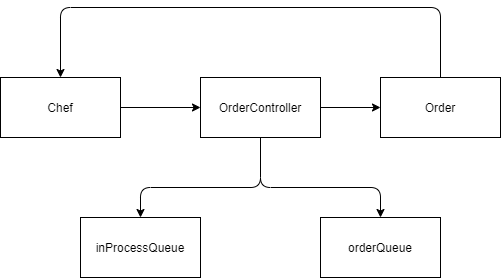
Above: images/ChefChart.png in nsnyder1992/OrderProcessingSystem (draw.io), before the change. Source tidied: cells renumbered, new cells last; positions are measured from the earlier drawing's top-left corner, leaving out a move shared by most shapes.
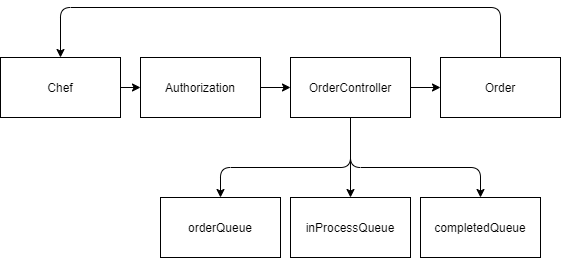
After the commit.

Change to the diagram source:
```diff
@@ -3,7 +3,7 @@
     <mxCell id="0" />
     <mxCell id="1" parent="0" />
     <mxCell id="2" value="Chef" style="rounded=0;whiteSpace=wrap;html=1;" parent="1" vertex="1">
-      <mxGeometry y="70" width="120" height="60" as="geometry" />
+      <mxGeometry x="-90" y="70" width="120" height="60" as="geometry" />
     </mxCell>
     <mxCell id="3" style="edgeStyle=orthogonalEdgeStyle;rounded=0;jettySize=auto;html=1;" parent="1" edge="1" source="4" target="6">
       <mxGeometry relative="1" as="geometry" />
@@ -11,41 +11,54 @@
     <mxCell id="4" value="OrderController" style="rounded=0;whiteSpace=wrap;html=1;" parent="1" vertex="1">
       <mxGeometry x="200" y="70" width="120" height="60" as="geometry" />
     </mxCell>
-    <mxCell id="5" style="endArrow=classic;html=1;exitX=1;exitY=0.5;exitDx=0;exitDy=0;entryX=0;entryY=0.5;entryDx=0;entryDy=0;" parent="1" edge="1" source="2" target="4">
+    <mxCell id="5" style="endArrow=classic;html=1;exitX=1;exitY=0.5;exitDx=0;exitDy=0;entryX=0;entryY=0.5;entryDx=0;entryDy=0;" parent="1" edge="1" source="12" target="4">
       <mxGeometry relative="1" as="geometry" />
     </mxCell>
     <mxCell id="6" value="Order" style="rounded=0;whiteSpace=wrap;html=1;" parent="1" vertex="1">
-      <mxGeometry x="380" y="70" width="120" height="60" as="geometry" />
+      <mxGeometry x="350" y="70" width="120" height="60" as="geometry" />
     </mxCell>
-    <mxCell id="7" value="&lt;span&gt;orderQueue&lt;/span&gt;" style="rounded=0;whiteSpace=wrap;html=1;" parent="1" vertex="1">
-      <mxGeometry x="320" y="210" width="120" height="60" as="geometry" />
+    <mxCell id="7" value="completedQueue" style="rounded=0;whiteSpace=wrap;html=1;" parent="1" vertex="1">
+      <mxGeometry x="330" y="210" width="120" height="60" as="geometry" />
     </mxCell>
     <mxCell id="8" style="endArrow=classic;html=1;exitX=0.5;exitY=1;exitDx=0;exitDy=0;entryX=0.5;entryY=0;entryDx=0;entryDy=0;" parent="1" edge="1" source="4" target="7">
       <mxGeometry relative="1" as="geometry">
         <Array as="points">
           <mxPoint x="260" y="180" />
-          <mxPoint x="380" y="180" />
+          <mxPoint x="390" y="180" />
         </Array>
       </mxGeometry>
     </mxCell>
-    <mxCell id="9" style="endArrow=classic;html=1;exitX=0.5;exitY=0;exitDx=0;exitDy=0;entryX=0.5;entryY=0;entryDx=0;entryDy=0;" parent="1" edge="1" source="6" target="2">
+    <mxCell id="9" style="endArrow=classic;html=1;exitX=0.5;exitY=0;exitDx=0;exitDy=0;" parent="1" edge="1" source="6">
       <mxGeometry relative="1" as="geometry">
+        <mxPoint x="-30" y="70" as="targetPoint" />
         <Array as="points">
-          <mxPoint x="440" />
-          <mxPoint x="60" />
+          <mxPoint x="410" y="20" />
+          <mxPoint x="-30" y="20" />
         </Array>
       </mxGeometry>
     </mxCell>
-    <mxCell id="10" value="&lt;span&gt;inProcessQueue&lt;/span&gt;" style="rounded=0;whiteSpace=wrap;html=1;" parent="1" vertex="1">
-      <mxGeometry x="80" y="210" width="120" height="60" as="geometry" />
+    <mxCell id="10" value="inProcessQueue" style="rounded=0;whiteSpace=wrap;html=1;" parent="1" vertex="1">
+      <mxGeometry x="200" y="210" width="120" height="60" as="geometry" />
     </mxCell>
+    <mxCell id="12" value="Authorization" style="rounded=0;whiteSpace=wrap;html=1;" parent="1" vertex="1">
+      <mxGeometry x="50" y="70" width="120" height="60" as="geometry" />
+    </mxCell>
+    <mxCell id="13" style="endArrow=classic;html=1;exitX=1;exitY=0.5;exitDx=0;exitDy=0;entryX=0;entryY=0.5;entryDx=0;entryDy=0;" parent="1" edge="1" source="2" target="12">
+      <mxGeometry relative="1" as="geometry" />
+    </mxCell>
     <mxCell id="11" style="endArrow=classic;html=1;exitX=0.5;exitY=1;exitDx=0;exitDy=0;entryX=0.5;entryY=0;entryDx=0;entryDy=0;" parent="1" edge="1" source="4" target="10">
-      <mxGeometry relative="1" as="geometry">
-        <Array as="points">
-          <mxPoint x="260" y="180" />
-          <mxPoint x="140" y="180" />
-        </Array>
-      </mxGeometry>
+      <mxGeometry relative="1" as="geometry" />
     </mxCell>
+    <mxCell id="14" value="orderQueue" style="rounded=0;whiteSpace=wrap;html=1;" parent="1" vertex="1">
+      <mxGeometry x="70" y="210" width="120" height="60" as="geometry" />
+    </mxCell>
+    <mxCell id="15" style="endArrow=classic;html=1;exitX=0.5;exitY=1;exitDx=0;exitDy=0;entryX=0.5;entryY=0;entryDx=0;entryDy=0;" parent="1" edge="1" source="4" target="14">
+      <mxGeometry relative="1" as="geometry">
+        <Array as="points">
+          <mxPoint x="260" y="180" />
+          <mxPoint x="130" y="180" />
+        </Array>
+      </mxGeometry>
+    </mxCell>
   </root>
 </mxGraphModel>
```
